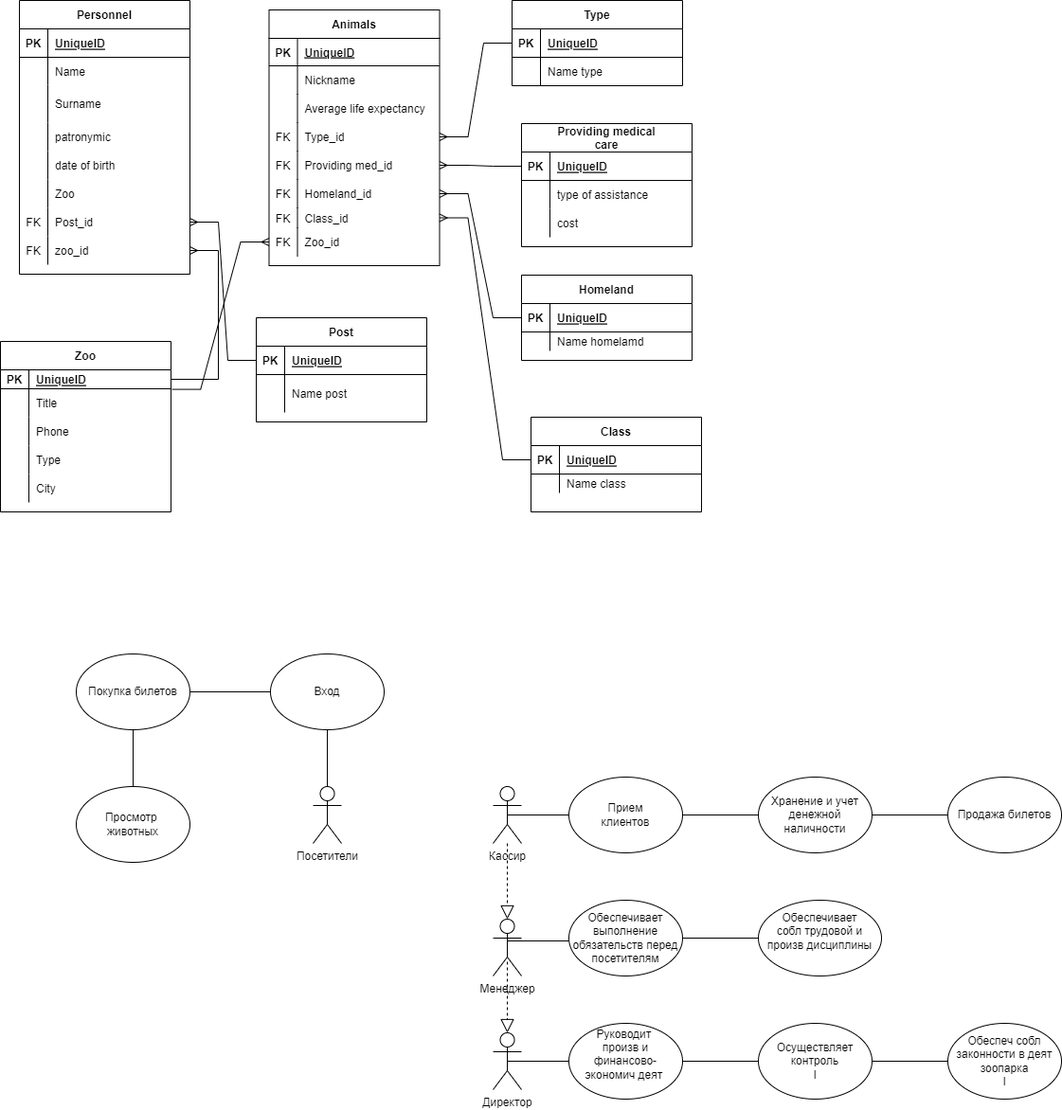
The draw.io diagram Lab3.drawio.png in 777888111192992/KiyoshiM, before a commit. Source tidied: cells renumbered, new cells last; positions are measured from the earlier drawing's top-left corner, leaving out a move shared by most shapes.
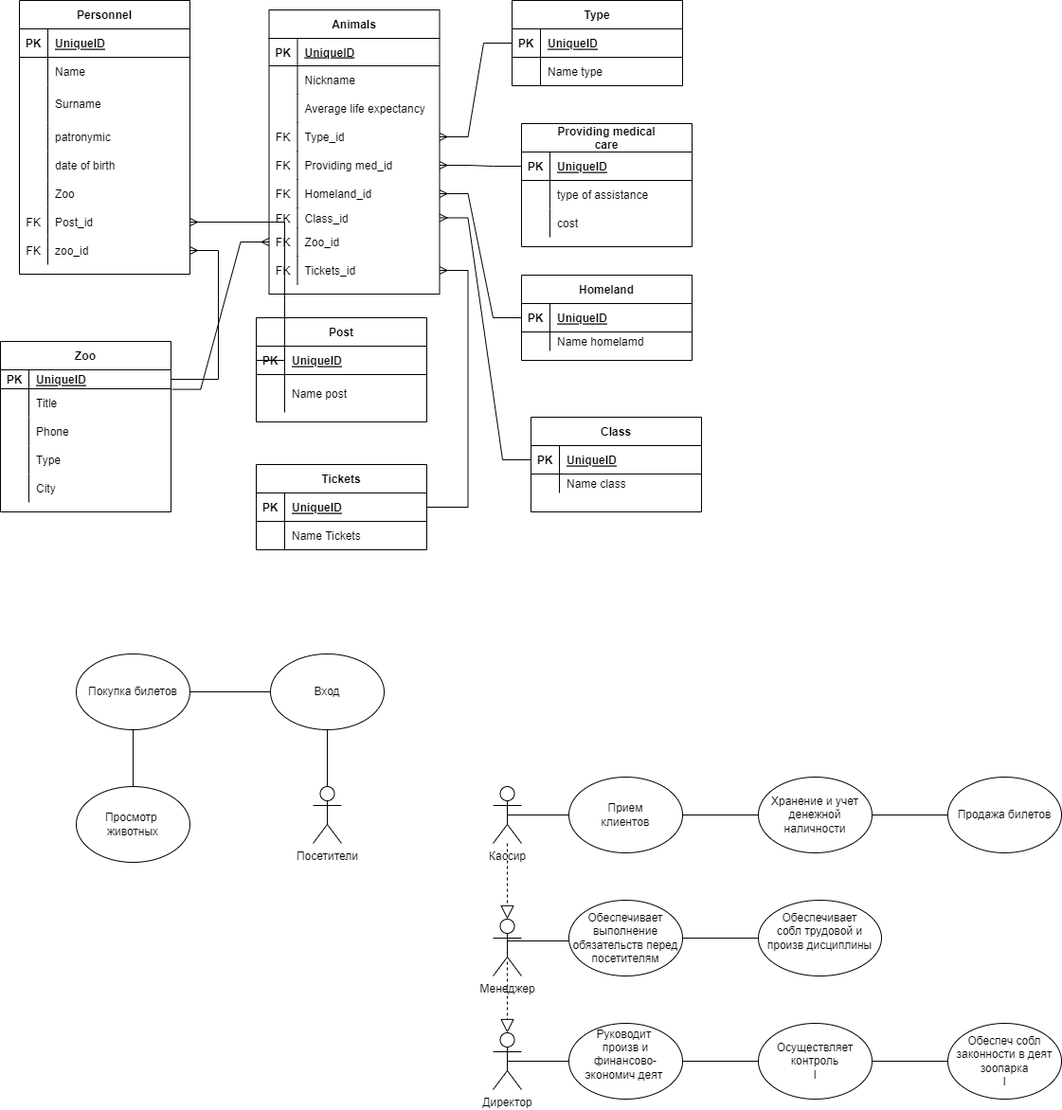
After the commit.

The edit, as a diff of the source:
```diff
@@ -78,7 +78,7 @@
       <mxGeometry x="30" width="150" height="30" as="geometry" />
     </mxCell>
     <mxCell id="27" value="Animals" style="shape=table;startSize=30;rowLines=0;fontStyle=1;align=center;" parent="1" vertex="1">
-      <mxGeometry x="283.5" y="10" width="180" height="270" as="geometry" />
+      <mxGeometry x="283.5" y="10" width="180" height="300" as="geometry" />
     </mxCell>
     <mxCell id="28" style="shape=tableRow;horizontal=0;startSize=0;swimlaneHead=0;swimlaneBody=0;fillColor=none;top=0;left=0;right=0;bottom=1;" parent="27" vertex="1">
       <mxGeometry y="30" width="180" height="29" as="geometry" />
@@ -152,6 +152,15 @@
     <mxCell id="51" value="Zoo_id" style="shape=partialRectangle;fillColor=none;top=0;left=0;bottom=0;right=0;align=left;spacingLeft=6;fontStyle=0;overflow=hidden;" parent="49" vertex="1">
       <mxGeometry x="30" width="150" height="30" as="geometry" />
     </mxCell>
+    <mxCell id="141" style="shape=tableRow;horizontal=0;startSize=0;swimlaneHead=0;swimlaneBody=0;fillColor=none;points=[[0,0.5],[1,0.5]];portConstraint=eastwest;top=0;left=0;right=0;bottom=0;" parent="27" vertex="1">
+      <mxGeometry y="260" width="180" height="30" as="geometry" />
+    </mxCell>
+    <mxCell id="142" value="FK" style="shape=partialRectangle;fillColor=none;top=0;left=0;bottom=0;right=0;fontStyle=0;overflow=hidden;" parent="141" vertex="1">
+      <mxGeometry width="30" height="30" as="geometry" />
+    </mxCell>
+    <mxCell id="143" value="Tickets_id" style="shape=partialRectangle;fillColor=none;top=0;left=0;bottom=0;right=0;align=left;spacingLeft=6;fontStyle=0;overflow=hidden;" parent="141" vertex="1">
+      <mxGeometry x="30" width="150" height="30" as="geometry" />
+    </mxCell>
     <mxCell id="52" value="Zoo" style="shape=table;startSize=30;rowLines=0;fontStyle=1;align=center;" parent="1" vertex="1">
       <mxGeometry y="360" width="180" height="180" as="geometry" />
     </mxCell>
@@ -317,8 +326,10 @@
     <mxCell id="106" style="edgeStyle=entityRelationEdgeStyle;fontSize=12;html=1;endArrow=ERmany;rounded=0;" parent="1" edge="1" source="53" target="24">
       <mxGeometry relative="1" as="geometry" />
     </mxCell>
-    <mxCell id="107" style="edgeStyle=entityRelationEdgeStyle;fontSize=12;html=1;endArrow=ERmany;rounded=0;exitX=0;exitY=0.5;exitDx=0;exitDy=0;" parent="1" edge="1" source="79" target="21">
-      <mxGeometry relative="1" as="geometry" />
+    <mxCell id="107" style="edgeStyle=entityRelationEdgeStyle;fontSize=12;html=1;endArrow=ERmany;rounded=0;" parent="1" edge="1" target="21">
+      <mxGeometry relative="1" as="geometry">
+        <mxPoint x="270" y="380" as="sourcePoint" />
+      </mxGeometry>
     </mxCell>
     <mxCell id="108" style="edgeStyle=entityRelationEdgeStyle;fontSize=12;html=1;endArrow=ERmany;rounded=0;entryX=1;entryY=0.5;entryDx=0;entryDy=0;exitX=0;exitY=0.5;exitDx=0;exitDy=0;" parent="1" edge="1" source="86" target="37">
       <mxGeometry relative="1" as="geometry" />
@@ -444,5 +455,29 @@
     <mxCell id="140" value="&lt;div&gt;Обеспеч собл законности в деят зоопарка&lt;/div&gt;&lt;div&gt;l&lt;/div&gt;" style="ellipse;whiteSpace=wrap;html=1;" parent="1" vertex="1">
       <mxGeometry x="1000" y="1080" width="120" height="80" as="geometry" />
     </mxCell>
+    <mxCell id="144" value="Tickets" style="shape=table;startSize=30;rowLines=0;fontStyle=1;align=center;" parent="1" vertex="1">
+      <mxGeometry x="270" y="490" width="180" height="90" as="geometry" />
+    </mxCell>
+    <mxCell id="145" style="shape=tableRow;horizontal=0;startSize=0;swimlaneHead=0;swimlaneBody=0;fillColor=none;points=[[0,0.5],[1,0.5]];portConstraint=eastwest;top=0;left=0;right=0;bottom=1;" parent="144" vertex="1">
+      <mxGeometry y="30" width="180" height="30" as="geometry" />
+    </mxCell>
+    <mxCell id="146" value="PK" style="shape=partialRectangle;fillColor=none;top=0;left=0;bottom=0;right=0;fontStyle=1;overflow=hidden;" parent="145" vertex="1">
+      <mxGeometry width="30" height="30" as="geometry" />
+    </mxCell>
+    <mxCell id="147" value="UniqueID" style="shape=partialRectangle;fillColor=none;top=0;left=0;bottom=0;right=0;align=left;spacingLeft=6;fontStyle=5;overflow=hidden;" parent="145" vertex="1">
+      <mxGeometry x="30" width="150" height="30" as="geometry" />
+    </mxCell>
+    <mxCell id="148" style="shape=tableRow;horizontal=0;startSize=0;swimlaneHead=0;swimlaneBody=0;fillColor=none;top=0;left=0;right=0;bottom=0;" parent="144" vertex="1">
+      <mxGeometry y="60" width="180" height="30" as="geometry" />
+    </mxCell>
+    <mxCell id="149" style="shape=partialRectangle;fillColor=none;top=0;left=0;bottom=0;right=0;overflow=hidden;" parent="148" vertex="1">
+      <mxGeometry width="30" height="30" as="geometry" />
+    </mxCell>
+    <mxCell id="150" value="Name Tickets" style="shape=partialRectangle;fillColor=none;top=0;left=0;bottom=0;right=0;align=left;spacingLeft=6;overflow=hidden;" parent="148" vertex="1">
+      <mxGeometry x="30" width="150" height="30" as="geometry" />
+    </mxCell>
+    <mxCell id="151" style="edgeStyle=entityRelationEdgeStyle;fontSize=12;html=1;endArrow=ERmany;rounded=0;exitX=1;exitY=0.5;exitDx=0;exitDy=0;" parent="1" edge="1" source="145" target="141">
+      <mxGeometry relative="1" as="geometry" />
+    </mxCell>
   </root>
 </mxGraphModel>
```
